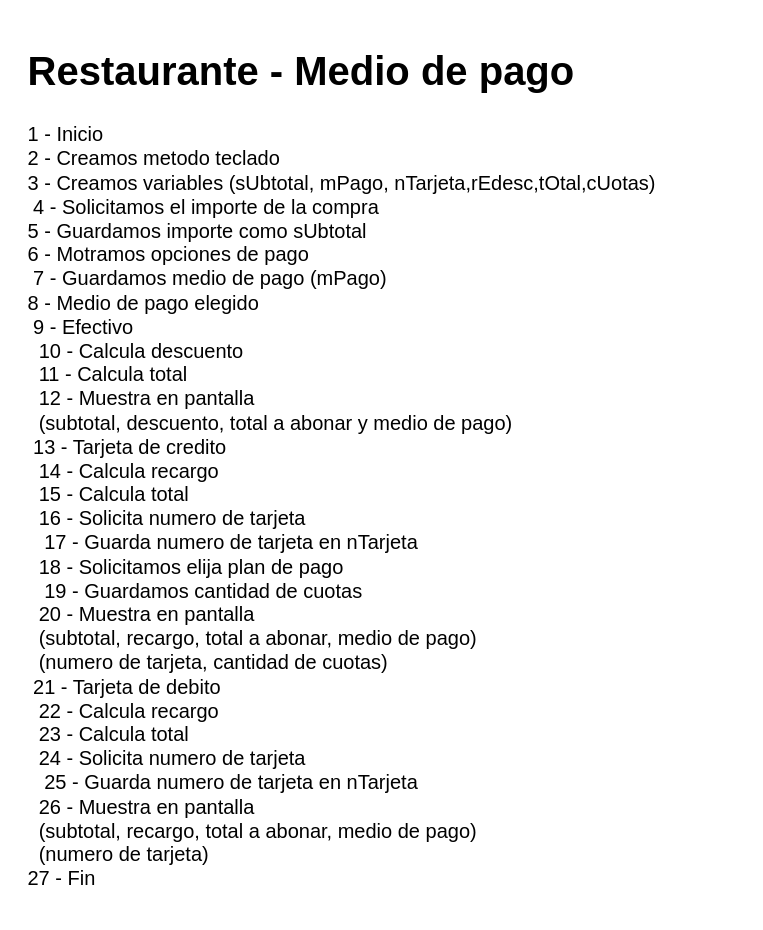
Earlier version of the draw.io diagram NetBeansProyects/Ejercicio 10/Diagrama sin título.drawio (MaxiFranz/TrayectoP). Source tidied: cells renumbered, new cells numbered last; positions are measured from the earlier drawing's top-left corner, leaving out a move shared by most shapes. Both pictures are drawn from the tidied source at 125%, with x=0, y=0 at pixel (21, 34).
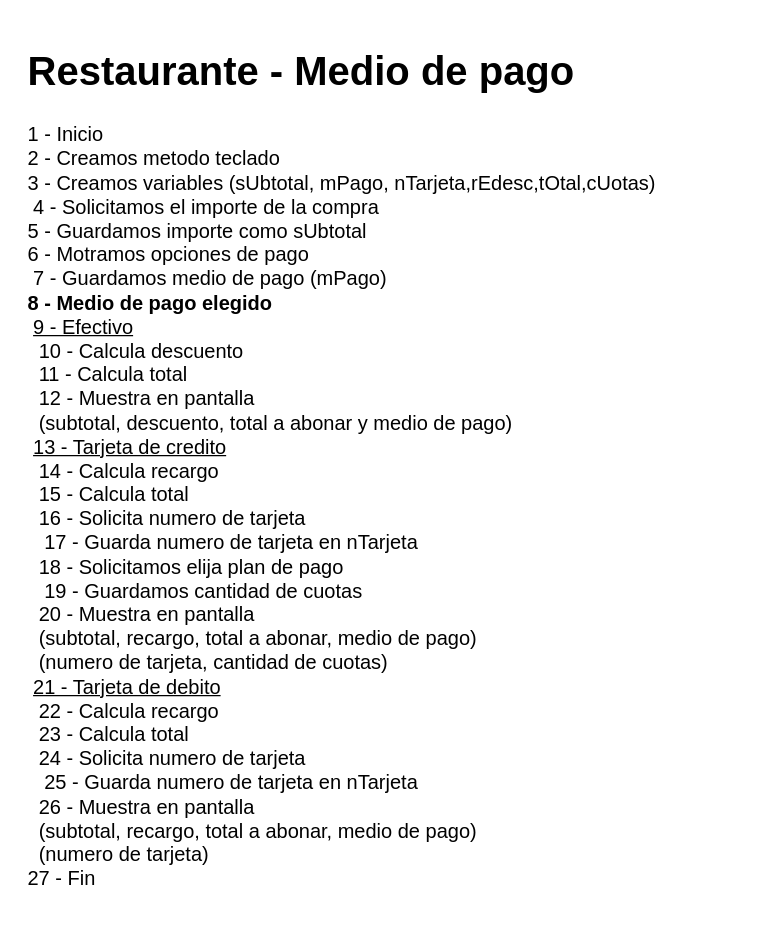
After the change.

Diff of the diagram source:
```diff
@@
 <mxGraphModel>
   <root>
     <mxCell id="0" />
     <mxCell id="1" parent="0" />
-    <mxCell id="2" value="&lt;h1&gt;Restaurante - Medio de pago&lt;/h1&gt;&lt;p&gt;1 - Inicio&lt;br&gt;&lt;span style=&quot;background-color: initial;&quot;&gt;2 - Creamos metodo teclado&lt;br&gt;&lt;/span&gt;&lt;span style=&quot;background-color: initial;&quot;&gt;3 - Creamos variables (sUbtotal, mPago, nTarjeta,rEdesc,tOtal,cUotas)&lt;br&gt;&lt;/span&gt;&lt;span style=&quot;background-color: initial;&quot;&gt;&lt;span style=&quot;white-space: pre;&quot;&gt; &lt;/span&gt;4 - Solicitamos el importe de la compra&lt;br&gt;&lt;/span&gt;&lt;span style=&quot;background-color: initial;&quot;&gt;5 - Guardamos importe como sUbtotal&lt;br&gt;&lt;/span&gt;&lt;span style=&quot;background-color: initial;&quot;&gt;6 - Motramos opciones de pago&lt;br&gt;&lt;/span&gt;&lt;span style=&quot;background-color: initial;&quot;&gt;&lt;span style=&quot;white-space: pre;&quot;&gt; &lt;/span&gt;7 - Guardamos medio de pago (mPago)&lt;br&gt;&lt;/span&gt;&lt;span style=&quot;background-color: initial;&quot;&gt;8 - Medio de pago elegido&lt;br&gt;&lt;/span&gt;&lt;span style=&quot;background-color: initial;&quot;&gt;&lt;span style=&quot;white-space: pre;&quot;&gt; &lt;/span&gt;9 - Efectivo&lt;br&gt;&lt;/span&gt;&lt;span style=&quot;background-color: initial;&quot;&gt;&lt;span style=&quot;white-space: pre;&quot;&gt; &lt;/span&gt;&lt;span style=&quot;white-space: pre;&quot;&gt; &lt;/span&gt;10 - Calcula descuento&lt;br&gt;&lt;/span&gt;&lt;span style=&quot;background-color: initial;&quot;&gt;&lt;span style=&quot;white-space: pre;&quot;&gt; &lt;/span&gt;&lt;span style=&quot;white-space: pre;&quot;&gt; &lt;/span&gt;11 - Calcula total&lt;br&gt;&lt;/span&gt;&lt;span style=&quot;background-color: initial;&quot;&gt;&lt;span style=&quot;white-space: pre;&quot;&gt; &lt;/span&gt;&lt;span style=&quot;white-space: pre;&quot;&gt; &lt;/span&gt;12 - Muestra en pantalla&amp;nbsp;&lt;br&gt;&lt;/span&gt;&lt;span style=&quot;background-color: initial;&quot;&gt;&lt;span style=&quot;white-space: pre;&quot;&gt; &lt;/span&gt;&lt;span style=&quot;white-space: pre;&quot;&gt; &lt;/span&gt;(subtotal, descuento, total a abonar y medio de pago)&lt;br&gt;&lt;/span&gt;&lt;span style=&quot;background-color: initial;&quot;&gt;&lt;span style=&quot;white-space: pre;&quot;&gt; &lt;/span&gt;13 - Tarjeta de credito&lt;br&gt;&lt;/span&gt;&lt;span style=&quot;background-color: initial;&quot;&gt;&lt;span style=&quot;white-space: pre;&quot;&gt; &lt;/span&gt;&lt;span style=&quot;white-space: pre;&quot;&gt; &lt;/span&gt;14 - Calcula recargo&lt;br&gt;&lt;/span&gt;&lt;span style=&quot;background-color: initial;&quot;&gt;&lt;span style=&quot;white-space: pre;&quot;&gt; &lt;/span&gt;&lt;span style=&quot;white-space: pre;&quot;&gt; &lt;/span&gt;15 - Calcula total&lt;br&gt;&lt;/span&gt;&lt;span style=&quot;background-color: initial;&quot;&gt;&lt;span style=&quot;white-space: pre;&quot;&gt; &lt;/span&gt;&lt;span style=&quot;white-space: pre;&quot;&gt; &lt;/span&gt;16 - Solicita numero de tarjeta&lt;br&gt;&lt;/span&gt;&lt;span style=&quot;background-color: initial;&quot;&gt;&lt;span style=&quot;white-space: pre;&quot;&gt; &lt;/span&gt;&lt;span style=&quot;white-space: pre;&quot;&gt; &lt;span style=&quot;white-space: pre;&quot;&gt; &lt;/span&gt;&lt;/span&gt;17 - Guarda numero de tarjeta en nTarjeta&lt;br&gt;&lt;/span&gt;&lt;span style=&quot;background-color: initial;&quot;&gt;&lt;span style=&quot;white-space: pre;&quot;&gt; &lt;/span&gt;&lt;span style=&quot;white-space: pre;&quot;&gt; &lt;/span&gt;18 - Solicitamos elija plan de pago&lt;br&gt;&lt;/span&gt;&lt;span style=&quot;background-color: initial;&quot;&gt;&lt;span style=&quot;white-space: pre;&quot;&gt; &lt;/span&gt;&lt;span style=&quot;white-space: pre;&quot;&gt; &lt;/span&gt;&lt;span style=&quot;white-space: pre;&quot;&gt; &lt;/span&gt;19 - Guardamos cantidad de cuotas&lt;br&gt;&lt;/span&gt;&lt;span style=&quot;background-color: initial;&quot;&gt;&lt;span style=&quot;white-space: pre;&quot;&gt; &lt;/span&gt;&lt;span style=&quot;white-space: pre;&quot;&gt; &lt;/span&gt;20 - Muestra en pantalla&amp;nbsp;&lt;br&gt;&lt;/span&gt;&lt;span style=&quot;background-color: initial;&quot;&gt;&lt;span style=&quot;white-space: pre;&quot;&gt; &lt;/span&gt;&lt;span style=&quot;white-space: pre;&quot;&gt; &lt;/span&gt;(subtotal, recargo, total a abonar, medio de pago)&lt;br&gt;&lt;/span&gt;&lt;span style=&quot;background-color: initial;&quot;&gt;&lt;span style=&quot;white-space: pre;&quot;&gt; &lt;/span&gt;&lt;span style=&quot;white-space: pre;&quot;&gt; &lt;/span&gt;(numero de tarjeta, cantidad de cuotas)&lt;br&gt;&lt;/span&gt;&lt;span style=&quot;background-color: initial;&quot;&gt;&lt;span style=&quot;white-space: pre;&quot;&gt; &lt;/span&gt;21 - Tarjeta de debito&lt;br&gt;&lt;/span&gt;&lt;span style=&quot;background-color: initial;&quot;&gt;&lt;span style=&quot;white-space: pre;&quot;&gt; &lt;/span&gt;&lt;span style=&quot;white-space: pre;&quot;&gt; &lt;/span&gt;22 - Calcula recargo&lt;br&gt;&lt;/span&gt;&lt;span style=&quot;background-color: initial;&quot;&gt;&lt;span style=&quot;white-space: pre;&quot;&gt; &lt;/span&gt;&lt;span style=&quot;white-space: pre;&quot;&gt; &lt;/span&gt;23 - Calcula total&lt;br&gt;&lt;/span&gt;&lt;span style=&quot;background-color: initial;&quot;&gt;&lt;span style=&quot;white-space: pre;&quot;&gt; &lt;/span&gt;&lt;span style=&quot;white-space: pre;&quot;&gt; &lt;/span&gt;24 - Solicita numero de tarjeta&lt;br&gt;&lt;/span&gt;&lt;span style=&quot;background-color: initial;&quot;&gt;&lt;span style=&quot;white-space: pre;&quot;&gt; &lt;/span&gt;&lt;span style=&quot;white-space: pre;&quot;&gt; &lt;/span&gt;&lt;span style=&quot;white-space: pre;&quot;&gt; &lt;/span&gt;25 - Guarda numero de tarjeta en nTarjeta&lt;br&gt;&lt;/span&gt;&lt;span style=&quot;background-color: initial;&quot;&gt;&lt;span style=&quot;white-space: pre;&quot;&gt; &lt;/span&gt;&lt;span style=&quot;white-space: pre;&quot;&gt; &lt;/span&gt;26 - Muestra en pantalla&lt;br&gt;&lt;/span&gt;&lt;span style=&quot;background-color: initial;&quot;&gt;&lt;span style=&quot;white-space: pre;&quot;&gt; &lt;/span&gt;&lt;span style=&quot;white-space: pre;&quot;&gt; &lt;/span&gt;(subtotal, recargo, total a abonar, medio de pago)&lt;br&gt;&lt;/span&gt;&lt;span style=&quot;background-color: initial;&quot;&gt;&lt;span style=&quot;white-space: pre;&quot;&gt; &lt;/span&gt;&lt;span style=&quot;white-space: pre;&quot;&gt; &lt;/span&gt;(numero de tarjeta)&lt;br&gt;&lt;/span&gt;&lt;span style=&quot;background-color: initial;&quot;&gt;27 - Fin&lt;/span&gt;&lt;/p&gt;" style="text;html=1;strokeColor=none;fillColor=none;spacing=5;spacingTop=-20;whiteSpace=wrap;overflow=hidden;rounded=0;fontSize=16;" parent="1" vertex="1">
+    <mxCell id="2" value="&lt;h1&gt;Restaurante - Medio de pago&lt;/h1&gt;&lt;p&gt;1 - Inicio&lt;br&gt;&lt;span style=&quot;background-color: initial;&quot;&gt;2 - Creamos metodo teclado&lt;br&gt;&lt;/span&gt;&lt;span style=&quot;background-color: initial;&quot;&gt;3 - Creamos variables (sUbtotal, mPago, nTarjeta,rEdesc,tOtal,cUotas)&lt;br&gt;&lt;/span&gt;&lt;span style=&quot;background-color: initial;&quot;&gt;&lt;span style=&quot;white-space: pre;&quot;&gt; &lt;/span&gt;4 - Solicitamos el importe de la compra&lt;br&gt;&lt;/span&gt;&lt;span style=&quot;background-color: initial;&quot;&gt;5 - Guardamos importe como sUbtotal&lt;br&gt;&lt;/span&gt;&lt;span style=&quot;background-color: initial;&quot;&gt;6 - Motramos opciones de pago&lt;br&gt;&lt;/span&gt;&lt;span style=&quot;background-color: initial;&quot;&gt;&lt;span style=&quot;white-space: pre;&quot;&gt; &lt;/span&gt;7 - Guardamos medio de pago (mPago)&lt;br&gt;&lt;/span&gt;&lt;span style=&quot;background-color: initial;&quot;&gt;&lt;b&gt;8 - Medio de pago elegido&lt;/b&gt;&lt;br&gt;&lt;/span&gt;&lt;span style=&quot;background-color: initial;&quot;&gt;&lt;span style=&quot;white-space: pre;&quot;&gt; &lt;/span&gt;&lt;u&gt;9 - Efectivo&lt;/u&gt;&lt;br&gt;&lt;/span&gt;&lt;span style=&quot;background-color: initial;&quot;&gt;&lt;span style=&quot;white-space: pre;&quot;&gt; &lt;/span&gt;&lt;span style=&quot;white-space: pre;&quot;&gt; &lt;/span&gt;10 - Calcula descuento&lt;br&gt;&lt;/span&gt;&lt;span style=&quot;background-color: initial;&quot;&gt;&lt;span style=&quot;white-space: pre;&quot;&gt; &lt;/span&gt;&lt;span style=&quot;white-space: pre;&quot;&gt; &lt;/span&gt;11 - Calcula total&lt;br&gt;&lt;/span&gt;&lt;span style=&quot;background-color: initial;&quot;&gt;&lt;span style=&quot;white-space: pre;&quot;&gt; &lt;/span&gt;&lt;span style=&quot;white-space: pre;&quot;&gt; &lt;/span&gt;12 - Muestra en pantalla&amp;nbsp;&lt;br&gt;&lt;/span&gt;&lt;span style=&quot;background-color: initial;&quot;&gt;&lt;span style=&quot;white-space: pre;&quot;&gt; &lt;/span&gt;&lt;span style=&quot;white-space: pre;&quot;&gt; &lt;/span&gt;(subtotal, descuento, total a abonar y medio de pago)&lt;br&gt;&lt;/span&gt;&lt;span style=&quot;background-color: initial;&quot;&gt;&lt;span style=&quot;white-space: pre;&quot;&gt; &lt;/span&gt;&lt;u&gt;13 - Tarjeta de credito&lt;/u&gt;&lt;br&gt;&lt;/span&gt;&lt;span style=&quot;background-color: initial;&quot;&gt;&lt;span style=&quot;white-space: pre;&quot;&gt; &lt;/span&gt;&lt;span style=&quot;white-space: pre;&quot;&gt; &lt;/span&gt;14 - Calcula recargo&lt;br&gt;&lt;/span&gt;&lt;span style=&quot;background-color: initial;&quot;&gt;&lt;span style=&quot;white-space: pre;&quot;&gt; &lt;/span&gt;&lt;span style=&quot;white-space: pre;&quot;&gt; &lt;/span&gt;15 - Calcula total&lt;br&gt;&lt;/span&gt;&lt;span style=&quot;background-color: initial;&quot;&gt;&lt;span style=&quot;white-space: pre;&quot;&gt; &lt;/span&gt;&lt;span style=&quot;white-space: pre;&quot;&gt; &lt;/span&gt;16 - Solicita numero de tarjeta&lt;br&gt;&lt;/span&gt;&lt;span style=&quot;background-color: initial;&quot;&gt;&lt;span style=&quot;white-space: pre;&quot;&gt; &lt;/span&gt;&lt;span style=&quot;white-space: pre;&quot;&gt; &lt;span style=&quot;white-space: pre;&quot;&gt; &lt;/span&gt;&lt;/span&gt;17 - Guarda numero de tarjeta en nTarjeta&lt;br&gt;&lt;/span&gt;&lt;span style=&quot;background-color: initial;&quot;&gt;&lt;span style=&quot;white-space: pre;&quot;&gt; &lt;/span&gt;&lt;span style=&quot;white-space: pre;&quot;&gt; &lt;/span&gt;18 - Solicitamos elija plan de pago&lt;br&gt;&lt;/span&gt;&lt;span style=&quot;background-color: initial;&quot;&gt;&lt;span style=&quot;white-space: pre;&quot;&gt; &lt;/span&gt;&lt;span style=&quot;white-space: pre;&quot;&gt; &lt;/span&gt;&lt;span style=&quot;white-space: pre;&quot;&gt; &lt;/span&gt;19 - Guardamos cantidad de cuotas&lt;br&gt;&lt;/span&gt;&lt;span style=&quot;background-color: initial;&quot;&gt;&lt;span style=&quot;white-space: pre;&quot;&gt; &lt;/span&gt;&lt;span style=&quot;white-space: pre;&quot;&gt; &lt;/span&gt;20 - Muestra en pantalla&amp;nbsp;&lt;br&gt;&lt;/span&gt;&lt;span style=&quot;background-color: initial;&quot;&gt;&lt;span style=&quot;white-space: pre;&quot;&gt; &lt;/span&gt;&lt;span style=&quot;white-space: pre;&quot;&gt; &lt;/span&gt;(subtotal, recargo, total a abonar, medio de pago)&lt;br&gt;&lt;/span&gt;&lt;span style=&quot;background-color: initial;&quot;&gt;&lt;span style=&quot;white-space: pre;&quot;&gt; &lt;/span&gt;&lt;span style=&quot;white-space: pre;&quot;&gt; &lt;/span&gt;(numero de tarjeta, cantidad de cuotas)&lt;br&gt;&lt;/span&gt;&lt;span style=&quot;background-color: initial;&quot;&gt;&lt;span style=&quot;white-space: pre;&quot;&gt; &lt;/span&gt;&lt;u&gt;21 - Tarjeta de debito&lt;/u&gt;&lt;br&gt;&lt;/span&gt;&lt;span style=&quot;background-color: initial;&quot;&gt;&lt;span style=&quot;white-space: pre;&quot;&gt; &lt;/span&gt;&lt;span style=&quot;white-space: pre;&quot;&gt; &lt;/span&gt;22 - Calcula recargo&lt;br&gt;&lt;/span&gt;&lt;span style=&quot;background-color: initial;&quot;&gt;&lt;span style=&quot;white-space: pre;&quot;&gt; &lt;/span&gt;&lt;span style=&quot;white-space: pre;&quot;&gt; &lt;/span&gt;23 - Calcula total&lt;br&gt;&lt;/span&gt;&lt;span style=&quot;background-color: initial;&quot;&gt;&lt;span style=&quot;white-space: pre;&quot;&gt; &lt;/span&gt;&lt;span style=&quot;white-space: pre;&quot;&gt; &lt;/span&gt;24 - Solicita numero de tarjeta&lt;br&gt;&lt;/span&gt;&lt;span style=&quot;background-color: initial;&quot;&gt;&lt;span style=&quot;white-space: pre;&quot;&gt; &lt;/span&gt;&lt;span style=&quot;white-space: pre;&quot;&gt; &lt;/span&gt;&lt;span style=&quot;white-space: pre;&quot;&gt; &lt;/span&gt;25 - Guarda numero de tarjeta en nTarjeta&lt;br&gt;&lt;/span&gt;&lt;span style=&quot;background-color: initial;&quot;&gt;&lt;span style=&quot;white-space: pre;&quot;&gt; &lt;/span&gt;&lt;span style=&quot;white-space: pre;&quot;&gt; &lt;/span&gt;26 - Muestra en pantalla&lt;br&gt;&lt;/span&gt;&lt;span style=&quot;background-color: initial;&quot;&gt;&lt;span style=&quot;white-space: pre;&quot;&gt; &lt;/span&gt;&lt;span style=&quot;white-space: pre;&quot;&gt; &lt;/span&gt;(subtotal, recargo, total a abonar, medio de pago)&lt;br&gt;&lt;/span&gt;&lt;span style=&quot;background-color: initial;&quot;&gt;&lt;span style=&quot;white-space: pre;&quot;&gt; &lt;/span&gt;&lt;span style=&quot;white-space: pre;&quot;&gt; &lt;/span&gt;(numero de tarjeta)&lt;br&gt;&lt;/span&gt;&lt;span style=&quot;background-color: initial;&quot;&gt;27 - Fin&lt;/span&gt;&lt;/p&gt;" style="text;html=1;strokeColor=none;fillColor=none;spacing=5;spacingTop=-20;whiteSpace=wrap;overflow=hidden;rounded=0;fontSize=16;" parent="1" vertex="1">
       <mxGeometry width="576" height="700" as="geometry" />
     </mxCell>
   </root>
 </mxGraphModel>
```
